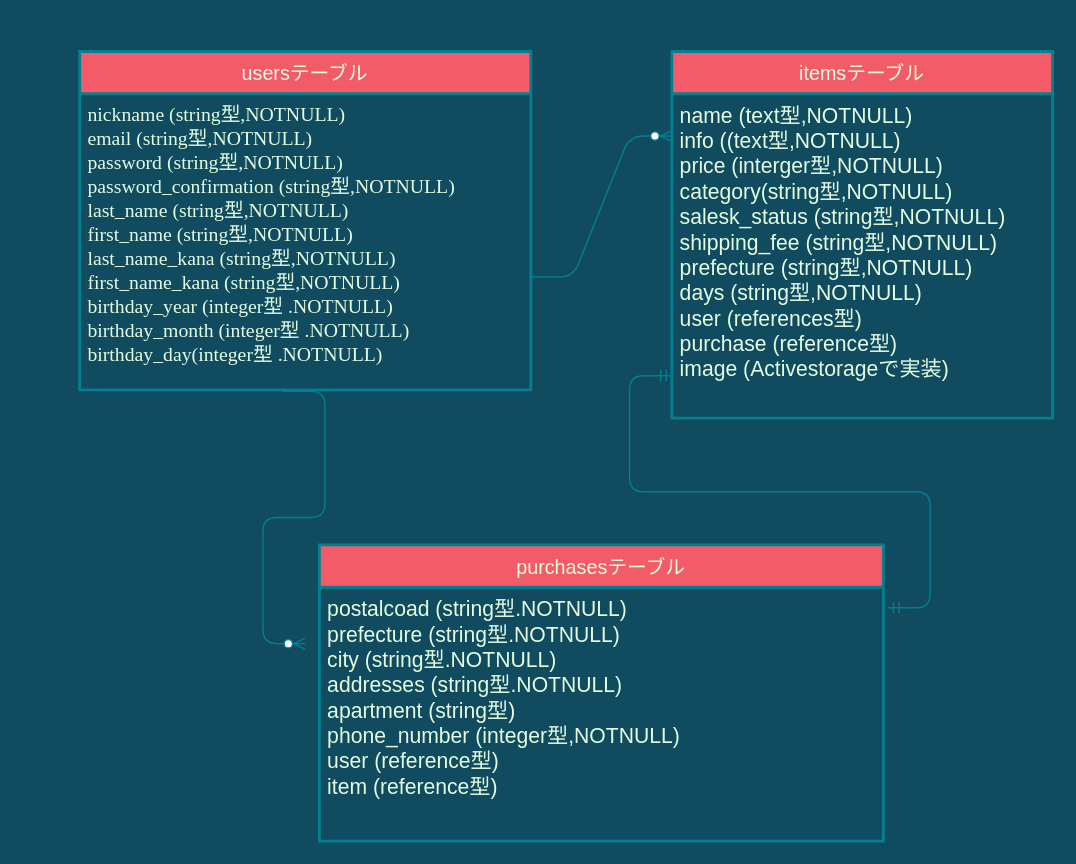
Above: README .dio in sanohitomi800/furima-35083 (draw.io), before the change. Source tidied: cells renumbered, new cells numbered last; positions are measured from the earlier drawing's top-left corner, leaving out a move shared by most shapes. Both pictures are drawn from the tidied source at 141%, with x=0, y=0 at pixel (79, 51).
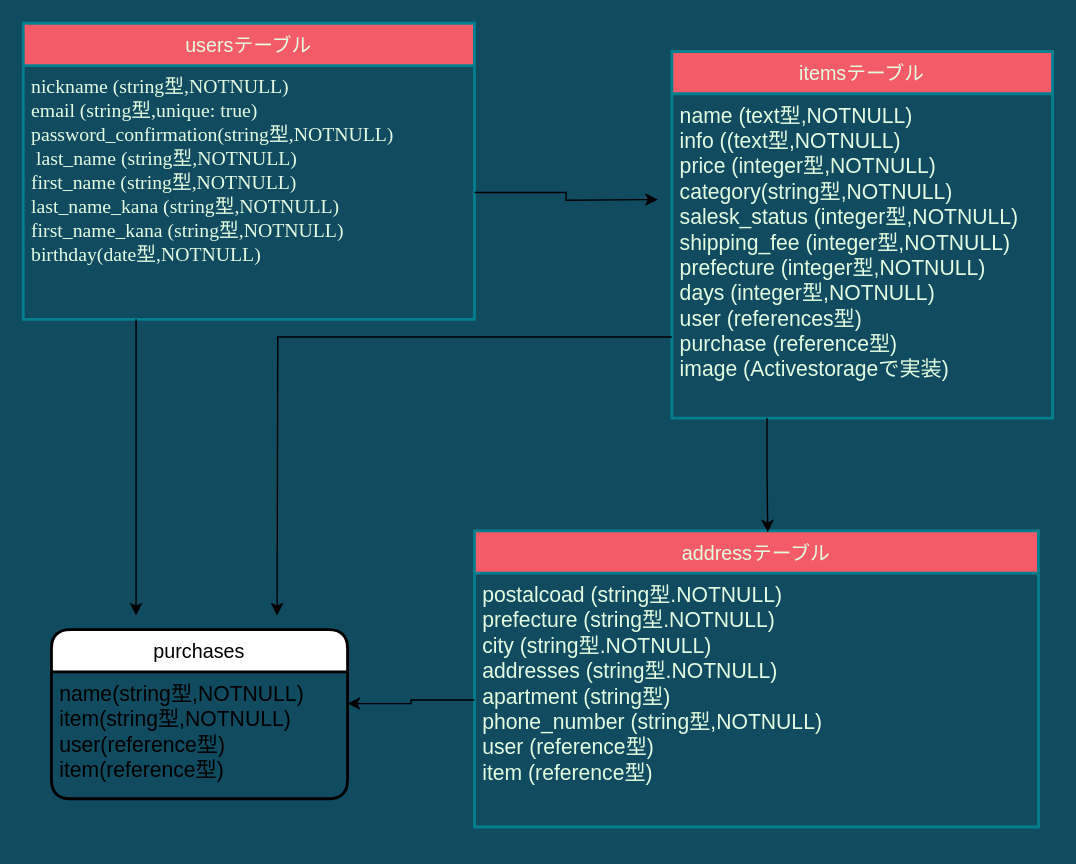
The same diagram, later.

Change to the diagram source:
```diff
@@
 <mxGraphModel background="#114B5F">
   <root>
     <mxCell id="0" />
     <mxCell id="1" parent="0" />
     <mxCell id="2" value="usersテーブル" style="swimlane;horizontal=1;startSize=30;fontSize=14;fontStyle=0;strokeWidth=2;shadow=0;dashed=0;align=center;fillColor=#F45B69;strokeColor=#028090;fontColor=#E4FDE1;" parent="1" vertex="1">
-      <mxGeometry width="320" height="240" as="geometry" />
+      <mxGeometry x="-40" y="-20" width="320" height="210" as="geometry" />
     </mxCell>
-    <mxCell id="3" value="nickname (string型,NOTNULL)&#10;email (string型,NOTNULL)&#10;password (string型,NOTNULL)&#10;password_confirmation (string型,NOTNULL)&#10;last_name (string型,NOTNULL)&#10;first_name (string型,NOTNULL)&#10;last_name_kana (string型,NOTNULL)&#10;first_name_kana (string型,NOTNULL)&#10;birthday_year (integer型 .NOTNULL)&#10;birthday_month (integer型 .NOTNULL)&#10;birthday_day(integer型 .NOTNULL)" style="align=left;strokeColor=none;fillColor=none;spacingLeft=4;fontSize=14;verticalAlign=top;fontFamily=Garamond;fontColor=#E4FDE1;" parent="2" vertex="1">
-      <mxGeometry y="30" width="320" height="210" as="geometry" />
+    <mxCell id="3" value="nickname (string型,NOTNULL)&#10;email (string型,unique: true)&#10;password_confirmation(string型,NOTNULL)&#10; last_name (string型,NOTNULL)&#10;first_name (string型,NOTNULL)&#10;last_name_kana (string型,NOTNULL)&#10;first_name_kana (string型,NOTNULL)&#10;birthday(date型,NOTNULL)" style="align=left;strokeColor=none;fillColor=none;spacingLeft=4;fontSize=14;verticalAlign=top;fontFamily=Garamond;fontColor=#E4FDE1;" parent="2" vertex="1">
+      <mxGeometry y="30" width="320" height="180" as="geometry" />
     </mxCell>
     <mxCell id="4" value="itemsテーブル" style="swimlane;horizontal=1;startSize=30;fontSize=14;fontStyle=0;strokeWidth=2;shadow=0;dashed=0;align=center;fillColor=#F45B69;strokeColor=#028090;fontColor=#E4FDE1;" parent="1" vertex="1">
       <mxGeometry x="420" width="270" height="260" as="geometry" />
     </mxCell>
-    <mxCell id="5" value="name (text型,NOTNULL) &#10;info ((text型,NOTNULL)&#10;price (interger型,NOTNULL)&#10;category(string型,NOTNULL)&#10;salesk_status (string型,NOTNULL)&#10;shipping_fee (string型,NOTNULL)&#10;prefecture (string型,NOTNULL)&#10;days (string型,NOTNULL)&#10;user (references型)&#10;purchase (reference型)&#10;image (Activestorageで実装)" style="align=left;strokeColor=none;fillColor=none;spacingLeft=4;fontSize=15;verticalAlign=top;fontColor=#E4FDE1;" parent="4" vertex="1">
+    <mxCell id="5" value="name (text型,NOTNULL) &#10;info ((text型,NOTNULL)&#10;price (integer型,NOTNULL)&#10;category(string型,NOTNULL)&#10;salesk_status (integer型,NOTNULL)&#10;shipping_fee (integer型,NOTNULL)&#10;prefecture (integer型,NOTNULL)&#10;days (integer型,NOTNULL)&#10;user (references型)&#10;purchase (reference型)&#10;image (Activestorageで実装)" style="align=left;strokeColor=none;fillColor=none;spacingLeft=4;fontSize=15;verticalAlign=top;fontColor=#E4FDE1;" parent="4" vertex="1">
       <mxGeometry y="30" width="270" height="230" as="geometry" />
     </mxCell>
-    <mxCell id="6" value="purchasesテーブル" style="swimlane;horizontal=1;startSize=30;fontSize=14;fontStyle=0;strokeWidth=2;shadow=0;dashed=0;align=center;fillColor=#F45B69;strokeColor=#028090;fontColor=#E4FDE1;" parent="1" vertex="1">
-      <mxGeometry x="170" y="350" width="400" height="210" as="geometry" />
+    <mxCell id="6" value="addressテーブル" style="swimlane;horizontal=1;startSize=30;fontSize=14;fontStyle=0;strokeWidth=2;shadow=0;dashed=0;align=center;fillColor=#F45B69;strokeColor=#028090;fontColor=#E4FDE1;" parent="1" vertex="1">
+      <mxGeometry x="280" y="340" width="400" height="210" as="geometry" />
     </mxCell>
-    <mxCell id="7" value="postalcoad (string型.NOTNULL)&#10;prefecture (string型.NOTNULL)&#10;city (string型.NOTNULL)&#10;addresses (string型.NOTNULL)&#10;apartment (string型)&#10;phone_number (integer型,NOTNULL)&#10;user (reference型)&#10;item (reference型)" style="align=left;strokeColor=none;fillColor=none;spacingLeft=4;fontSize=15;verticalAlign=top;fontColor=#E4FDE1;" parent="6" vertex="1">
+    <mxCell id="7" value="postalcoad (string型.NOTNULL)&#10;prefecture (string型.NOTNULL)&#10;city (string型.NOTNULL)&#10;addresses (string型.NOTNULL)&#10;apartment (string型)&#10;phone_number (string型,NOTNULL)&#10;user (reference型)&#10;item (reference型)" style="align=left;strokeColor=none;fillColor=none;spacingLeft=4;fontSize=15;verticalAlign=top;fontColor=#E4FDE1;" parent="6" vertex="1">
       <mxGeometry y="30" width="400" height="180" as="geometry" />
     </mxCell>
-    <mxCell id="8" style="edgeStyle=entityRelationEdgeStyle;fontSize=12;html=1;endArrow=ERzeroToMany;endFill=1;strokeColor=#028090;fontColor=#E4FDE1;labelBackgroundColor=#114B5F;" parent="1" edge="1">
-      <mxGeometry relative="1" as="geometry">
-        <mxPoint x="320" y="160" as="sourcePoint" />
-        <mxPoint x="420" y="60" as="targetPoint" />
-      </mxGeometry>
-    </mxCell>
-    <mxCell id="9" style="edgeStyle=entityRelationEdgeStyle;fontSize=12;html=1;endArrow=ERmandOne;startArrow=ERmandOne;exitX=1.008;exitY=0.081;exitDx=0;exitDy=0;exitPerimeter=0;strokeColor=#028090;fontColor=#E4FDE1;labelBackgroundColor=#114B5F;" parent="1" edge="1" source="7">
-      <mxGeometry relative="1" as="geometry">
-        <mxPoint x="420" y="230" as="targetPoint" />
-      </mxGeometry>
-    </mxCell>
-    <mxCell id="10" style="edgeStyle=entityRelationEdgeStyle;fontSize=12;html=1;endArrow=ERzeroToMany;endFill=1;strokeColor=#028090;fillColor=#F45B69;exitX=0.45;exitY=1.005;exitDx=0;exitDy=0;exitPerimeter=0;" parent="1" edge="1" source="3">
-      <mxGeometry relative="1" as="geometry">
-        <mxPoint x="160" y="420" as="targetPoint" />
-      </mxGeometry>
-    </mxCell>
+    <mxCell id="11" value=" purchases" style="swimlane;horizontal=1;startSize=30;rounded=1;fontSize=14;fontStyle=0;strokeWidth=2;shadow=0;dashed=0;align=center;" parent="1" vertex="1">
+      <mxGeometry x="-20" y="410" width="210" height="120" as="geometry" />
+    </mxCell>
+    <mxCell id="12" value="name(string型,NOTNULL)&#10;item(string型,NOTNULL)&#10;user(reference型)&#10;item(reference型)" style="align=left;strokeColor=none;fillColor=none;spacingLeft=4;fontSize=15;verticalAlign=top;" parent="11" vertex="1">
+      <mxGeometry y="30" width="210" height="90" as="geometry" />
+    </mxCell>
+    <mxCell id="13" style="edgeStyle=orthogonalEdgeStyle;rounded=0;jettySize=auto;html=1;exitX=0;exitY=0.5;exitDx=0;exitDy=0;entryX=1;entryY=0.25;entryDx=0;entryDy=0;fontSize=15;" parent="1" edge="1" source="7" target="12">
+      <mxGeometry relative="1" as="geometry" />
+    </mxCell>
+    <mxCell id="14" style="edgeStyle=orthogonalEdgeStyle;rounded=0;jettySize=auto;html=1;exitX=1;exitY=0.5;exitDx=0;exitDy=0;fontSize=15;" parent="1" edge="1" source="3">
+      <mxGeometry relative="1" as="geometry">
+        <mxPoint x="410" y="105" as="targetPoint" />
+      </mxGeometry>
+    </mxCell>
+    <mxCell id="15" style="edgeStyle=orthogonalEdgeStyle;rounded=0;jettySize=auto;html=1;exitX=0.25;exitY=1;exitDx=0;exitDy=0;entryX=0.52;entryY=0.005;entryDx=0;entryDy=0;entryPerimeter=0;fontSize=15;" parent="1" edge="1" source="5" target="6">
+      <mxGeometry relative="1" as="geometry" />
+    </mxCell>
+    <mxCell id="16" style="edgeStyle=orthogonalEdgeStyle;rounded=0;jettySize=auto;html=1;exitX=0.25;exitY=1;exitDx=0;exitDy=0;fontSize=15;" parent="1" edge="1" source="3">
+      <mxGeometry relative="1" as="geometry">
+        <mxPoint x="40" y="400" as="targetPoint" />
+      </mxGeometry>
+    </mxCell>
+    <mxCell id="17" style="edgeStyle=orthogonalEdgeStyle;rounded=0;jettySize=auto;html=1;exitX=0;exitY=0.75;exitDx=0;exitDy=0;fontSize=15;" parent="1" edge="1" source="5">
+      <mxGeometry relative="1" as="geometry">
+        <mxPoint x="140" y="400" as="targetPoint" />
+      </mxGeometry>
+    </mxCell>
   </root>
 </mxGraphModel>
```
